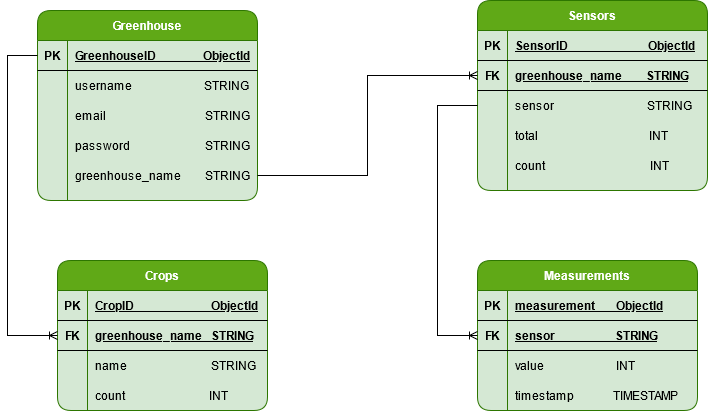
Earlier version of the draw.io export ER Diagram(IoT).png (Cybernadero/ER). Source tidied: cells renumbered, new cells last; positions are measured from the earlier drawing's top-left corner, leaving out a move shared by most shapes.
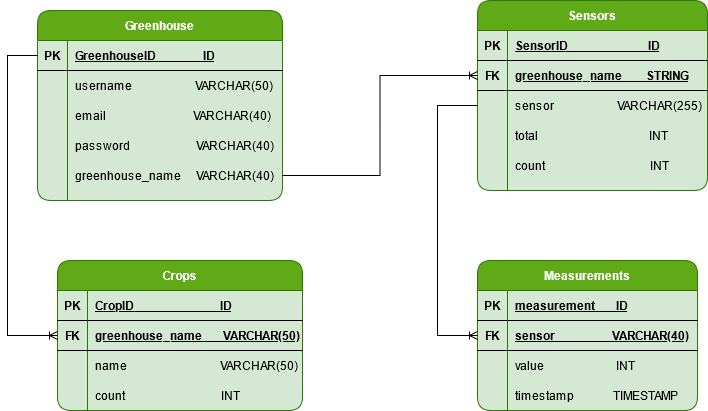
The same file after the commit.

Diff of the diagram source:
```diff
@@ -3,91 +3,91 @@
     <mxCell id="0" />
     <mxCell id="1" parent="0" />
     <mxCell id="2" value="Greenhouse" style="shape=table;startSize=30;rowLines=0;fontStyle=1;align=center;rounded=1;fillColor=#60a917;strokeColor=#2D7600;fontColor=#ffffff;swimlaneFillColor=#D5E8D4;" parent="1" vertex="1">
-      <mxGeometry x="30" y="10" width="220" height="190" as="geometry" />
+      <mxGeometry x="30" y="10" width="245" height="190" as="geometry" />
     </mxCell>
     <mxCell id="3" style="shape=partialRectangle;fillColor=none;top=0;left=0;bottom=1;right=0;points=[[0,0.5],[1,0.5]];portConstraint=eastwest;rounded=1;" parent="2" vertex="1">
-      <mxGeometry y="30" width="220" height="30" as="geometry" />
+      <mxGeometry y="30" width="245" height="30" as="geometry" />
     </mxCell>
     <mxCell id="4" value="PK" style="shape=partialRectangle;fillColor=none;top=0;left=0;bottom=0;right=0;fontStyle=1;overflow=hidden;rounded=1;" parent="3" vertex="1">
       <mxGeometry width="30" height="30" as="geometry" />
     </mxCell>
-    <mxCell id="5" value="GreenhouseID                ObjectId" style="shape=partialRectangle;fillColor=none;top=0;left=0;bottom=0;right=0;align=left;spacingLeft=6;fontStyle=5;overflow=hidden;rounded=1;" parent="3" vertex="1">
-      <mxGeometry x="30" width="190" height="30" as="geometry" />
+    <mxCell id="5" value="GreenhouseID                ID" style="shape=partialRectangle;fillColor=none;top=0;left=0;bottom=0;right=0;align=left;spacingLeft=6;fontStyle=5;overflow=hidden;rounded=1;" parent="3" vertex="1">
+      <mxGeometry x="30" width="215" height="30" as="geometry" />
     </mxCell>
     <mxCell id="6" style="shape=partialRectangle;fillColor=none;top=0;left=0;bottom=0;right=0;rounded=1;" parent="2" vertex="1">
-      <mxGeometry y="60" width="220" height="30" as="geometry" />
+      <mxGeometry y="60" width="245" height="30" as="geometry" />
     </mxCell>
     <mxCell id="7" style="shape=partialRectangle;fillColor=none;top=0;left=0;bottom=0;right=0;overflow=hidden;rounded=1;" parent="6" vertex="1">
       <mxGeometry width="30" height="30" as="geometry" />
     </mxCell>
-    <mxCell id="8" value="username                        STRING    " style="shape=partialRectangle;fillColor=none;top=0;left=0;bottom=0;right=0;align=left;spacingLeft=6;overflow=hidden;rounded=1;" parent="6" vertex="1">
-      <mxGeometry x="30" width="190" height="30" as="geometry" />
+    <mxCell id="8" value="username                     VARCHAR(50)" style="shape=partialRectangle;fillColor=none;top=0;left=0;bottom=0;right=0;align=left;spacingLeft=6;overflow=hidden;rounded=1;" parent="6" vertex="1">
+      <mxGeometry x="30" width="215" height="30" as="geometry" />
     </mxCell>
     <mxCell id="9" style="shape=partialRectangle;fillColor=none;top=0;left=0;bottom=0;right=0;rounded=1;" parent="2" vertex="1">
-      <mxGeometry y="90" width="220" height="30" as="geometry" />
+      <mxGeometry y="90" width="245" height="30" as="geometry" />
     </mxCell>
     <mxCell id="10" style="shape=partialRectangle;fillColor=none;top=0;left=0;bottom=0;right=0;overflow=hidden;rounded=1;" parent="9" vertex="1">
       <mxGeometry width="30" height="30" as="geometry" />
     </mxCell>
-    <mxCell id="11" value="email                                 STRING" style="shape=partialRectangle;fillColor=none;top=0;left=0;bottom=0;right=0;align=left;spacingLeft=6;overflow=hidden;rounded=1;" parent="9" vertex="1">
-      <mxGeometry x="30" width="190" height="30" as="geometry" />
+    <mxCell id="11" value="email                             VARCHAR(40)" style="shape=partialRectangle;fillColor=none;top=0;left=0;bottom=0;right=0;align=left;spacingLeft=6;overflow=hidden;rounded=1;" parent="9" vertex="1">
+      <mxGeometry x="30" width="215" height="30" as="geometry" />
     </mxCell>
     <mxCell id="12" style="shape=partialRectangle;fillColor=none;top=0;left=0;bottom=0;right=0;rounded=1;" parent="2" vertex="1">
-      <mxGeometry y="120" width="220" height="30" as="geometry" />
+      <mxGeometry y="120" width="245" height="30" as="geometry" />
     </mxCell>
     <mxCell id="13" style="shape=partialRectangle;fillColor=none;top=0;left=0;bottom=0;right=0;overflow=hidden;rounded=1;" parent="12" vertex="1">
       <mxGeometry width="30" height="30" as="geometry" />
     </mxCell>
-    <mxCell id="14" value="password                         STRING" style="shape=partialRectangle;fillColor=none;top=0;left=0;bottom=0;right=0;align=left;spacingLeft=6;overflow=hidden;rounded=1;" parent="12" vertex="1">
-      <mxGeometry x="30" width="190" height="30" as="geometry" />
+    <mxCell id="14" value="password                      VARCHAR(40)" style="shape=partialRectangle;fillColor=none;top=0;left=0;bottom=0;right=0;align=left;spacingLeft=6;overflow=hidden;rounded=1;" parent="12" vertex="1">
+      <mxGeometry x="30" width="215" height="30" as="geometry" />
     </mxCell>
     <mxCell id="15" style="shape=partialRectangle;fillColor=none;top=0;left=0;bottom=0;right=0;points=[[0,0.5],[1,0.5]];portConstraint=eastwest;rounded=1;" parent="2" vertex="1">
-      <mxGeometry y="150" width="220" height="30" as="geometry" />
+      <mxGeometry y="150" width="245" height="30" as="geometry" />
     </mxCell>
     <mxCell id="16" style="shape=partialRectangle;fillColor=none;top=0;left=0;bottom=0;right=0;overflow=hidden;rounded=1;" parent="15" vertex="1">
       <mxGeometry width="30" height="30" as="geometry" />
     </mxCell>
-    <mxCell id="17" value="greenhouse_name        STRING" style="shape=partialRectangle;fillColor=none;top=0;left=0;bottom=0;right=0;align=left;spacingLeft=6;overflow=hidden;rounded=1;" parent="15" vertex="1">
-      <mxGeometry x="30" width="190" height="30" as="geometry" />
+    <mxCell id="17" value="greenhouse_name     VARCHAR(40)" style="shape=partialRectangle;fillColor=none;top=0;left=0;bottom=0;right=0;align=left;spacingLeft=6;overflow=hidden;rounded=1;" parent="15" vertex="1">
+      <mxGeometry x="30" width="215" height="30" as="geometry" />
     </mxCell>
     <mxCell id="18" value="Crops" style="shape=table;startSize=30;rowLines=0;fontStyle=1;align=center;rounded=1;fillColor=#60a917;strokeColor=#2D7600;fontColor=#ffffff;swimlaneFillColor=#D5E8D4;" parent="1" vertex="1">
-      <mxGeometry x="50" y="260" width="210" height="150" as="geometry" />
+      <mxGeometry x="50" y="260" width="245" height="150" as="geometry" />
     </mxCell>
     <mxCell id="19" style="shape=partialRectangle;fillColor=none;top=0;left=0;bottom=1;right=0;" parent="18" vertex="1">
-      <mxGeometry y="30" width="210" height="30" as="geometry" />
+      <mxGeometry y="30" width="245" height="30" as="geometry" />
     </mxCell>
     <mxCell id="20" value="PK" style="shape=partialRectangle;fillColor=none;top=0;left=0;bottom=0;right=0;fontStyle=1;overflow=hidden;" parent="19" vertex="1">
       <mxGeometry width="30" height="30" as="geometry" />
     </mxCell>
-    <mxCell id="21" value="CropID                          ObjectId" style="shape=partialRectangle;fillColor=none;top=0;left=0;bottom=0;right=0;align=left;spacingLeft=6;fontStyle=5;overflow=hidden;" parent="19" vertex="1">
-      <mxGeometry x="30" width="180" height="30" as="geometry" />
+    <mxCell id="21" value="CropID                             ID" style="shape=partialRectangle;fillColor=none;top=0;left=0;bottom=0;right=0;align=left;spacingLeft=6;fontStyle=5;overflow=hidden;" parent="19" vertex="1">
+      <mxGeometry x="30" width="215" height="30" as="geometry" />
     </mxCell>
     <mxCell id="22" style="shape=partialRectangle;fillColor=none;top=0;left=0;bottom=1;right=0;points=[[0,0.5],[1,0.5]];portConstraint=eastwest;" parent="18" vertex="1">
-      <mxGeometry y="60" width="210" height="30" as="geometry" />
+      <mxGeometry y="60" width="245" height="30" as="geometry" />
     </mxCell>
     <mxCell id="23" value="FK" style="shape=partialRectangle;fillColor=none;top=0;left=0;bottom=0;right=0;fontStyle=1;overflow=hidden;" parent="22" vertex="1">
       <mxGeometry width="30" height="30" as="geometry" />
     </mxCell>
-    <mxCell id="24" value="greenhouse_name   STRING" style="shape=partialRectangle;fillColor=none;top=0;left=0;bottom=0;right=0;align=left;spacingLeft=6;fontStyle=5;overflow=hidden;" parent="22" vertex="1">
-      <mxGeometry x="30" width="180" height="30" as="geometry" />
+    <mxCell id="24" value="greenhouse_name       VARCHAR(50)" style="shape=partialRectangle;fillColor=none;top=0;left=0;bottom=0;right=0;align=left;spacingLeft=6;fontStyle=5;overflow=hidden;" parent="22" vertex="1">
+      <mxGeometry x="30" width="215" height="30" as="geometry" />
     </mxCell>
     <mxCell id="25" style="shape=partialRectangle;fillColor=none;top=0;left=0;bottom=0;right=0;" parent="18" vertex="1">
-      <mxGeometry y="90" width="210" height="30" as="geometry" />
+      <mxGeometry y="90" width="245" height="30" as="geometry" />
     </mxCell>
     <mxCell id="26" style="shape=partialRectangle;fillColor=none;top=0;left=0;bottom=0;right=0;overflow=hidden;" parent="25" vertex="1">
       <mxGeometry width="30" height="30" as="geometry" />
     </mxCell>
-    <mxCell id="27" value="name                            STRING" style="shape=partialRectangle;fillColor=none;top=0;left=0;bottom=0;right=0;align=left;spacingLeft=6;overflow=hidden;" parent="25" vertex="1">
-      <mxGeometry x="30" width="180" height="30" as="geometry" />
+    <mxCell id="27" value="name                               VARCHAR(50)" style="shape=partialRectangle;fillColor=none;top=0;left=0;bottom=0;right=0;align=left;spacingLeft=6;overflow=hidden;" parent="25" vertex="1">
+      <mxGeometry x="30" width="215" height="30" as="geometry" />
     </mxCell>
     <mxCell id="28" style="shape=partialRectangle;fillColor=none;top=0;left=0;bottom=0;right=0;" parent="18" vertex="1">
-      <mxGeometry y="120" width="210" height="30" as="geometry" />
+      <mxGeometry y="120" width="245" height="30" as="geometry" />
     </mxCell>
     <mxCell id="29" style="shape=partialRectangle;fillColor=none;top=0;left=0;bottom=0;right=0;overflow=hidden;" parent="28" vertex="1">
       <mxGeometry width="30" height="30" as="geometry" />
     </mxCell>
-    <mxCell id="30" value="count                            INT" style="shape=partialRectangle;fillColor=none;top=0;left=0;bottom=0;right=0;align=left;spacingLeft=6;overflow=hidden;" parent="28" vertex="1">
-      <mxGeometry x="30" width="180" height="30" as="geometry" />
+    <mxCell id="30" value="count                                INT" style="shape=partialRectangle;fillColor=none;top=0;left=0;bottom=0;right=0;align=left;spacingLeft=6;overflow=hidden;" parent="28" vertex="1">
+      <mxGeometry x="30" width="215" height="30" as="geometry" />
     </mxCell>
     <mxCell id="31" style="edgeStyle=orthogonalEdgeStyle;rounded=0;jettySize=auto;html=1;exitX=0;exitY=0.5;exitDx=0;exitDy=0;entryX=0;entryY=0.5;entryDx=0;entryDy=0;endArrow=ERoneToMany;endFill=0;" parent="1" edge="1" source="3" target="22">
       <mxGeometry relative="1" as="geometry">
@@ -106,7 +106,7 @@
     <mxCell id="34" value="PK" style="shape=partialRectangle;fillColor=none;top=0;left=0;bottom=0;right=0;fontStyle=1;overflow=hidden;" parent="33" vertex="1">
       <mxGeometry width="30" height="30" as="geometry" />
     </mxCell>
-    <mxCell id="35" value="SensorID                           ObjectId" style="shape=partialRectangle;fillColor=none;top=0;left=0;bottom=0;right=0;align=left;spacingLeft=6;fontStyle=5;overflow=hidden;" parent="33" vertex="1">
+    <mxCell id="35" value="SensorID                           ID" style="shape=partialRectangle;fillColor=none;top=0;left=0;bottom=0;right=0;align=left;spacingLeft=6;fontStyle=5;overflow=hidden;" parent="33" vertex="1">
       <mxGeometry x="30" width="200" height="30" as="geometry" />
     </mxCell>
     <mxCell id="36" style="shape=partialRectangle;fillColor=none;top=0;left=0;bottom=1;right=0;points=[[0,0.5],[1,0.5]];portConstraint=eastwest;" parent="32" vertex="1">
@@ -124,7 +124,7 @@
     <mxCell id="40" style="shape=partialRectangle;fillColor=none;top=0;left=0;bottom=0;right=0;overflow=hidden;" parent="39" vertex="1">
       <mxGeometry width="30" height="30" as="geometry" />
     </mxCell>
-    <mxCell id="41" value="sensor                               STRING" style="shape=partialRectangle;fillColor=none;top=0;left=0;bottom=0;right=0;align=left;spacingLeft=6;overflow=hidden;" parent="39" vertex="1">
+    <mxCell id="41" value="sensor                     VARCHAR(255)" style="shape=partialRectangle;fillColor=none;top=0;left=0;bottom=0;right=0;align=left;spacingLeft=6;overflow=hidden;" parent="39" vertex="1">
       <mxGeometry x="30" width="200" height="30" as="geometry" />
     </mxCell>
     <mxCell id="42" style="shape=partialRectangle;fillColor=none;top=0;left=0;bottom=0;right=0;" parent="32" vertex="1">
@@ -154,7 +154,7 @@
     <mxCell id="50" value="PK" style="shape=partialRectangle;fillColor=none;top=0;left=0;bottom=0;right=0;fontStyle=1;overflow=hidden;" parent="49" vertex="1">
       <mxGeometry width="30" height="30" as="geometry" />
     </mxCell>
-    <mxCell id="51" value="measurement       ObjectId" style="shape=partialRectangle;fillColor=none;top=0;left=0;bottom=0;right=0;align=left;spacingLeft=6;fontStyle=5;overflow=hidden;" parent="49" vertex="1">
+    <mxCell id="51" value="measurement       ID" style="shape=partialRectangle;fillColor=none;top=0;left=0;bottom=0;right=0;align=left;spacingLeft=6;fontStyle=5;overflow=hidden;" parent="49" vertex="1">
       <mxGeometry x="30" width="190" height="30" as="geometry" />
     </mxCell>
     <mxCell id="52" style="shape=partialRectangle;fillColor=none;top=0;left=0;bottom=1;right=0;points=[[0,0.5],[1,0.5]];portConstraint=eastwest;" parent="48" vertex="1">
@@ -163,7 +163,7 @@
     <mxCell id="53" value="FK" style="shape=partialRectangle;fillColor=none;top=0;left=0;bottom=0;right=0;fontStyle=1;overflow=hidden;" parent="52" vertex="1">
       <mxGeometry width="30" height="30" as="geometry" />
     </mxCell>
-    <mxCell id="54" value="sensor                    STRING" style="shape=partialRectangle;fillColor=none;top=0;left=0;bottom=0;right=0;align=left;spacingLeft=6;fontStyle=5;overflow=hidden;" parent="52" vertex="1">
+    <mxCell id="54" value="sensor                   VARCHAR(40)" style="shape=partialRectangle;fillColor=none;top=0;left=0;bottom=0;right=0;align=left;spacingLeft=6;fontStyle=5;overflow=hidden;" parent="52" vertex="1">
       <mxGeometry x="30" width="190" height="30" as="geometry" />
     </mxCell>
     <mxCell id="55" style="shape=partialRectangle;fillColor=none;top=0;left=0;bottom=0;right=0;" parent="48" vertex="1">
```
